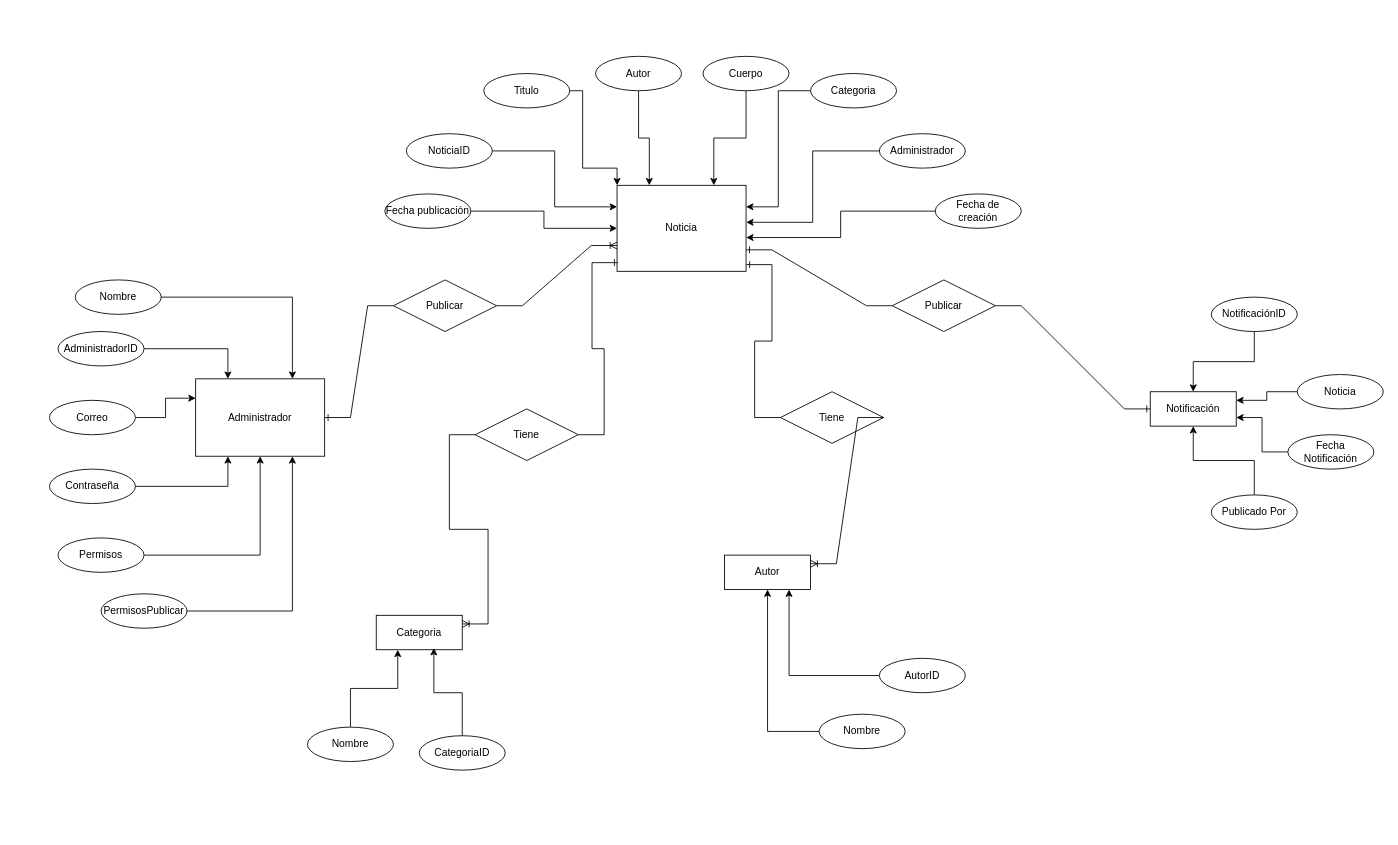
NotDiscordia/Wyoming-GestorNotificaciones keeps this draw.io diagram as Diagrama relaciones entidad.drawio. Above is the earlier version. Source tidied: cells renumbered, new cells numbered last; positions are measured from the earlier drawing's top-left corner, leaving out a move shared by most shapes. Both pictures are drawn from the tidied source at 86%, with x=0, y=0 at pixel (49, 56).
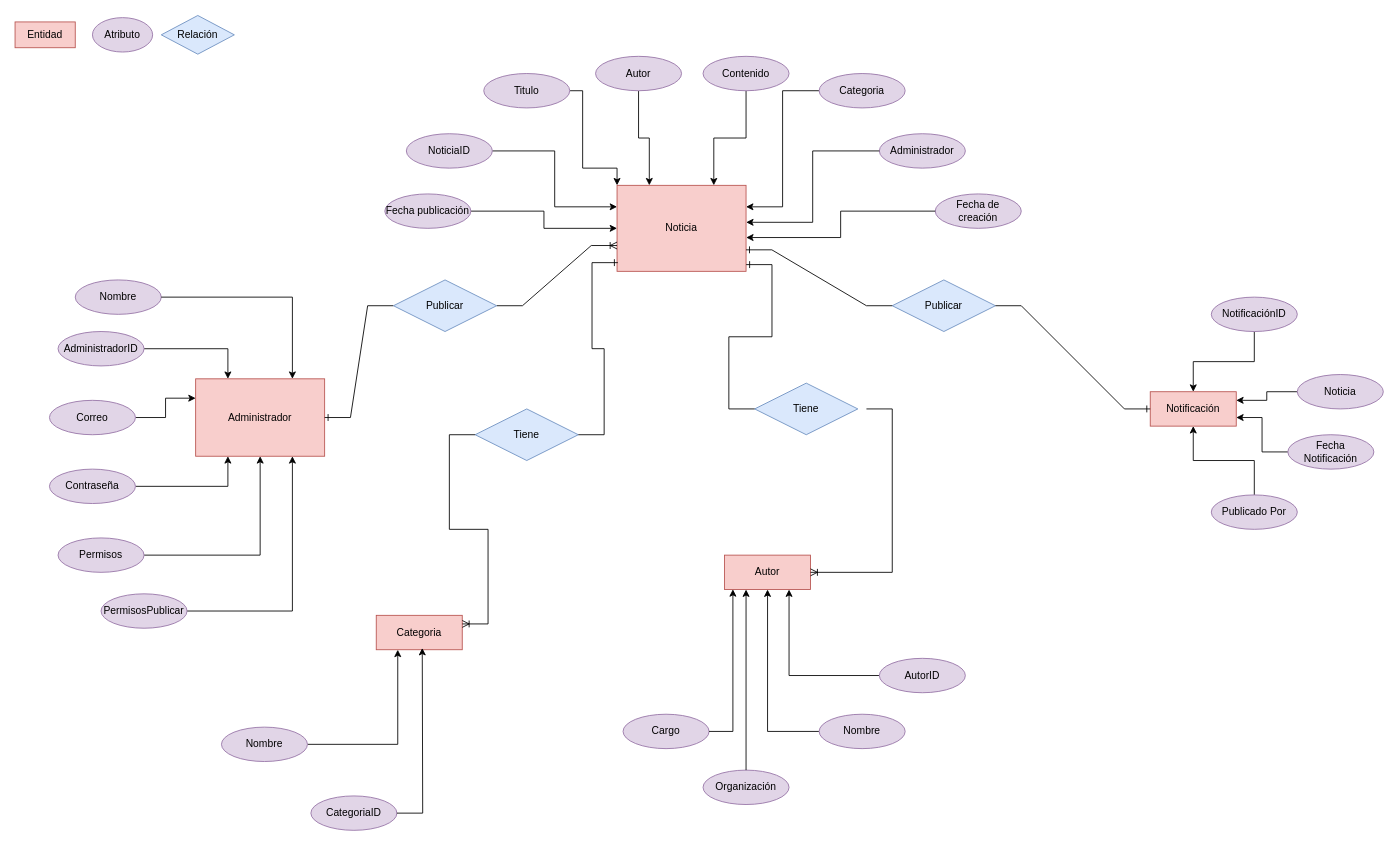
The same page after the edit.

Commit message:
Actualización Diagrama Entidad Relacion

GRAHHH

What changed in the source:
```diff
@@
-    <mxCell id="2" value="Noticia" style="whiteSpace=wrap;html=1;align=center;" parent="1" vertex="1">
+    <mxCell id="2" value="Noticia" style="whiteSpace=wrap;html=1;align=center;fillColor=#f8cecc;strokeColor=#b85450;" parent="1" vertex="1">
       <mxGeometry x="660" y="150" width="150" height="100" as="geometry" />
     </mxCell>
-    <mxCell id="3" value="Administrador" style="whiteSpace=wrap;html=1;align=center;" parent="1" vertex="1">
+    <mxCell id="3" value="Administrador" style="whiteSpace=wrap;html=1;align=center;fillColor=#f8cecc;strokeColor=#b85450;" parent="1" vertex="1">
       <mxGeometry x="170" y="375" width="150" height="90" as="geometry" />
     </mxCell>
-    <mxCell id="4" value="Autor" style="whiteSpace=wrap;html=1;align=center;" parent="1" vertex="1">
+    <mxCell id="4" value="Autor" style="whiteSpace=wrap;html=1;align=center;fillColor=#f8cecc;strokeColor=#b85450;" parent="1" vertex="1">
       <mxGeometry x="785" y="580" width="100" height="40" as="geometry" />
     </mxCell>
-    <mxCell id="5" value="Categoria" style="whiteSpace=wrap;html=1;align=center;" parent="1" vertex="1">
+    <mxCell id="5" value="Categoria" style="whiteSpace=wrap;html=1;align=center;fillColor=#f8cecc;strokeColor=#b85450;" parent="1" vertex="1">
       <mxGeometry x="380" y="650" width="100" height="40" as="geometry" />
     </mxCell>
-    <mxCell id="6" value="Notificación" style="whiteSpace=wrap;html=1;align=center;" parent="1" vertex="1">
+    <mxCell id="6" value="Notificación" style="whiteSpace=wrap;html=1;align=center;fillColor=#f8cecc;strokeColor=#b85450;" parent="1" vertex="1">
       <mxGeometry x="1280" y="390" width="100" height="40" as="geometry" />
     </mxCell>
-    <mxCell id="7" value="Nombre" style="ellipse;whiteSpace=wrap;html=1;align=center;" parent="1" vertex="1">
+    <mxCell id="7" value="Nombre" style="ellipse;whiteSpace=wrap;html=1;align=center;fillColor=#e1d5e7;strokeColor=#9673a6;" parent="1" vertex="1">
       <mxGeometry x="30" y="260" width="100" height="40" as="geometry" />
     </mxCell>
@@
-    <mxCell id="9" value="AdministradorID" style="ellipse;whiteSpace=wrap;html=1;align=center;" parent="1" vertex="1">
+    <mxCell id="9" value="AdministradorID" style="ellipse;whiteSpace=wrap;html=1;align=center;fillColor=#e1d5e7;strokeColor=#9673a6;" parent="1" vertex="1">
       <mxGeometry x="10" y="320" width="100" height="40" as="geometry" />
     </mxCell>
@@
-    <mxCell id="11" value="Contraseña" style="ellipse;whiteSpace=wrap;html=1;align=center;" parent="1" vertex="1">
+    <mxCell id="11" value="Contraseña" style="ellipse;whiteSpace=wrap;html=1;align=center;fillColor=#e1d5e7;strokeColor=#9673a6;" parent="1" vertex="1">
       <mxGeometry y="480" width="100" height="40" as="geometry" />
     </mxCell>
@@
-    <mxCell id="13" value="Correo" style="ellipse;whiteSpace=wrap;html=1;align=center;" parent="1" vertex="1">
+    <mxCell id="13" value="Correo" style="ellipse;whiteSpace=wrap;html=1;align=center;fillColor=#e1d5e7;strokeColor=#9673a6;" parent="1" vertex="1">
       <mxGeometry y="400" width="100" height="40" as="geometry" />
     </mxCell>
@@
-    <mxCell id="15" value="Permisos" style="ellipse;whiteSpace=wrap;html=1;align=center;" parent="1" vertex="1">
+    <mxCell id="15" value="Permisos" style="ellipse;whiteSpace=wrap;html=1;align=center;fillColor=#e1d5e7;strokeColor=#9673a6;" parent="1" vertex="1">
       <mxGeometry x="10" y="560" width="100" height="40" as="geometry" />
     </mxCell>
@@
-    <mxCell id="17" value="PermisosPublicar" style="ellipse;whiteSpace=wrap;html=1;align=center;" parent="1" vertex="1">
+    <mxCell id="17" value="PermisosPublicar" style="ellipse;whiteSpace=wrap;html=1;align=center;fillColor=#e1d5e7;strokeColor=#9673a6;" parent="1" vertex="1">
       <mxGeometry x="60" y="625" width="100" height="40" as="geometry" />
     </mxCell>
@@
-    <mxCell id="19" value="CategoriaID" style="ellipse;whiteSpace=wrap;html=1;align=center;" parent="1" vertex="1">
-      <mxGeometry x="430" y="790" width="100" height="40" as="geometry" />
+    <mxCell id="19" value="CategoriaID" style="ellipse;whiteSpace=wrap;html=1;align=center;fillColor=#e1d5e7;strokeColor=#9673a6;" parent="1" vertex="1">
+      <mxGeometry x="304" y="860" width="100" height="40" as="geometry" />
     </mxCell>
@@
-    <mxCell id="21" value="Nombre" style="ellipse;whiteSpace=wrap;html=1;align=center;" parent="1" vertex="1">
-      <mxGeometry x="300" y="780" width="100" height="40" as="geometry" />
+    <mxCell id="21" value="Nombre" style="ellipse;whiteSpace=wrap;html=1;align=center;fillColor=#e1d5e7;strokeColor=#9673a6;" parent="1" vertex="1">
+      <mxGeometry x="200" y="780" width="100" height="40" as="geometry" />
     </mxCell>
-    <mxCell id="22" style="edgeStyle=orthogonalEdgeStyle;rounded=0;jettySize=auto;html=1;entryX=0.67;entryY=0.95;entryDx=0;entryDy=0;entryPerimeter=0;" parent="1" edge="1" source="19" target="5">
-      <mxGeometry relative="1" as="geometry" />
+    <mxCell id="22" style="edgeStyle=orthogonalEdgeStyle;rounded=0;jettySize=auto;html=1;entryX=0.67;entryY=0.95;entryDx=0;entryDy=0;entryPerimeter=0;exitX=1;exitY=0.5;exitDx=0;exitDy=0;" parent="1" edge="1" source="19">
+      <mxGeometry relative="1" as="geometry">
+        <mxPoint x="433.5" y="688" as="targetPoint" />
+      </mxGeometry>
     </mxCell>
@@
-    <mxCell id="24" value="AutorID" style="ellipse;whiteSpace=wrap;html=1;align=center;" parent="1" vertex="1">
+    <mxCell id="24" value="AutorID" style="ellipse;whiteSpace=wrap;html=1;align=center;fillColor=#e1d5e7;strokeColor=#9673a6;" parent="1" vertex="1">
       <mxGeometry x="965" y="700" width="100" height="40" as="geometry" />
     </mxCell>
@@
-    <mxCell id="26" value="Nombre" style="ellipse;whiteSpace=wrap;html=1;align=center;" parent="1" vertex="1">
+    <mxCell id="26" value="Nombre" style="ellipse;whiteSpace=wrap;html=1;align=center;fillColor=#e1d5e7;strokeColor=#9673a6;" parent="1" vertex="1">
       <mxGeometry x="895" y="765" width="100" height="40" as="geometry" />
     </mxCell>
@@
-    <mxCell id="28" value="NoticiaID" style="ellipse;whiteSpace=wrap;html=1;align=center;" parent="1" vertex="1">
+    <mxCell id="28" value="NoticiaID" style="ellipse;whiteSpace=wrap;html=1;align=center;fillColor=#e1d5e7;strokeColor=#9673a6;" parent="1" vertex="1">
       <mxGeometry x="415" y="90" width="100" height="40" as="geometry" />
     </mxCell>
@@
-    <mxCell id="30" value="Titulo" style="ellipse;whiteSpace=wrap;html=1;align=center;" parent="1" vertex="1">
+    <mxCell id="30" value="Titulo" style="ellipse;whiteSpace=wrap;html=1;align=center;fillColor=#e1d5e7;strokeColor=#9673a6;" parent="1" vertex="1">
       <mxGeometry x="505" y="20" width="100" height="40" as="geometry" />
     </mxCell>
@@
-    <mxCell id="32" value="Autor" style="ellipse;whiteSpace=wrap;html=1;align=center;" parent="1" vertex="1">
+    <mxCell id="32" value="Autor" style="ellipse;whiteSpace=wrap;html=1;align=center;fillColor=#e1d5e7;strokeColor=#9673a6;" parent="1" vertex="1">
       <mxGeometry x="635" width="100" height="40" as="geometry" />
     </mxCell>
@@
-    <mxCell id="34" value="Cuerpo" style="ellipse;whiteSpace=wrap;html=1;align=center;" parent="1" vertex="1">
+    <mxCell id="34" value="Contenido" style="ellipse;whiteSpace=wrap;html=1;align=center;fillColor=#e1d5e7;strokeColor=#9673a6;" parent="1" vertex="1">
       <mxGeometry x="760" width="100" height="40" as="geometry" />
     </mxCell>
@@
-    <mxCell id="36" value="Categoria" style="ellipse;whiteSpace=wrap;html=1;align=center;" parent="1" vertex="1">
-      <mxGeometry x="885" y="20" width="100" height="40" as="geometry" />
+    <mxCell id="36" value="Categoria" style="ellipse;whiteSpace=wrap;html=1;align=center;fillColor=#e1d5e7;strokeColor=#9673a6;" parent="1" vertex="1">
+      <mxGeometry x="895" y="20" width="100" height="40" as="geometry" />
     </mxCell>
-    <mxCell id="37" value="Fecha de creación" style="ellipse;whiteSpace=wrap;html=1;align=center;" parent="1" vertex="1">
+    <mxCell id="37" value="Fecha de creación" style="ellipse;whiteSpace=wrap;html=1;align=center;fillColor=#e1d5e7;strokeColor=#9673a6;" parent="1" vertex="1">
       <mxGeometry x="1030" y="160" width="100" height="40" as="geometry" />
     </mxCell>
@@
-    <mxCell id="39" value="Fecha publicación" style="ellipse;whiteSpace=wrap;html=1;align=center;" parent="1" vertex="1">
+    <mxCell id="39" value="Fecha publicación" style="ellipse;whiteSpace=wrap;html=1;align=center;fillColor=#e1d5e7;strokeColor=#9673a6;" parent="1" vertex="1">
       <mxGeometry x="390" y="160" width="100" height="40" as="geometry" />
     </mxCell>
-    <mxCell id="40" value="Administrador" style="ellipse;whiteSpace=wrap;html=1;align=center;" parent="1" vertex="1">
+    <mxCell id="40" value="Administrador" style="ellipse;whiteSpace=wrap;html=1;align=center;fillColor=#e1d5e7;strokeColor=#9673a6;" parent="1" vertex="1">
       <mxGeometry x="965" y="90" width="100" height="40" as="geometry" />
     </mxCell>
@@
-    <mxCell id="44" value="NotificaciónID" style="ellipse;whiteSpace=wrap;html=1;align=center;" parent="1" vertex="1">
+    <mxCell id="44" value="NotificaciónID" style="ellipse;whiteSpace=wrap;html=1;align=center;fillColor=#e1d5e7;strokeColor=#9673a6;" parent="1" vertex="1">
       <mxGeometry x="1351" y="280" width="100" height="40" as="geometry" />
     </mxCell>
@@
-    <mxCell id="46" value="Noticia" style="ellipse;whiteSpace=wrap;html=1;align=center;" parent="1" vertex="1">
+    <mxCell id="46" value="Noticia" style="ellipse;whiteSpace=wrap;html=1;align=center;fillColor=#e1d5e7;strokeColor=#9673a6;" parent="1" vertex="1">
       <mxGeometry x="1451" y="370" width="100" height="40" as="geometry" />
     </mxCell>
@@
-    <mxCell id="48" value="Fecha Notificación" style="ellipse;whiteSpace=wrap;html=1;align=center;" parent="1" vertex="1">
+    <mxCell id="48" value="Fecha Notificación" style="ellipse;whiteSpace=wrap;html=1;align=center;fillColor=#e1d5e7;strokeColor=#9673a6;" parent="1" vertex="1">
       <mxGeometry x="1440" y="440" width="100" height="40" as="geometry" />
     </mxCell>
@@
-    <mxCell id="50" value="Publicado Por" style="ellipse;whiteSpace=wrap;html=1;align=center;" parent="1" vertex="1">
+    <mxCell id="50" value="Publicado Por" style="ellipse;whiteSpace=wrap;html=1;align=center;fillColor=#e1d5e7;strokeColor=#9673a6;" parent="1" vertex="1">
       <mxGeometry x="1351" y="510" width="100" height="40" as="geometry" />
     </mxCell>
@@
-    <mxCell id="53" value="Publicar" style="shape=rhombus;perimeter=rhombusPerimeter;whiteSpace=wrap;html=1;align=center;" parent="1" vertex="1">
+    <mxCell id="53" value="Publicar" style="shape=rhombus;perimeter=rhombusPerimeter;whiteSpace=wrap;html=1;align=center;fillColor=#dae8fc;strokeColor=#6c8ebf;" parent="1" vertex="1">
       <mxGeometry x="400" y="260" width="120" height="60" as="geometry" />
     </mxCell>
-    <mxCell id="54" value="Tiene" style="shape=rhombus;perimeter=rhombusPerimeter;whiteSpace=wrap;html=1;align=center;" parent="1" vertex="1">
+    <mxCell id="54" value="Tiene" style="shape=rhombus;perimeter=rhombusPerimeter;whiteSpace=wrap;html=1;align=center;fillColor=#dae8fc;strokeColor=#6c8ebf;" parent="1" vertex="1">
       <mxGeometry x="495" y="410" width="120" height="60" as="geometry" />
     </mxCell>
@@
-    <mxCell id="57" value="Tiene" style="shape=rhombus;perimeter=rhombusPerimeter;whiteSpace=wrap;html=1;align=center;" parent="1" vertex="1">
-      <mxGeometry x="850" y="390" width="120" height="60" as="geometry" />
+    <mxCell id="57" value="Tiene" style="shape=rhombus;perimeter=rhombusPerimeter;whiteSpace=wrap;html=1;align=center;fillColor=#dae8fc;strokeColor=#6c8ebf;" parent="1" vertex="1">
+      <mxGeometry x="820" y="380" width="120" height="60" as="geometry" />
     </mxCell>
@@
-    <mxCell id="59" value="Publicar" style="shape=rhombus;perimeter=rhombusPerimeter;whiteSpace=wrap;html=1;align=center;" parent="1" vertex="1">
+    <mxCell id="59" value="Publicar" style="shape=rhombus;perimeter=rhombusPerimeter;whiteSpace=wrap;html=1;align=center;fillColor=#dae8fc;strokeColor=#6c8ebf;" parent="1" vertex="1">
       <mxGeometry x="980" y="260" width="120" height="60" as="geometry" />
     </mxCell>
@@
-    <mxCell id="62" style="edgeStyle=entityRelationEdgeStyle;fontSize=12;html=1;endArrow=ERoneToMany;rounded=0;entryX=1;entryY=0.25;entryDx=0;entryDy=0;exitX=1;exitY=0.5;exitDx=0;exitDy=0;" parent="1" edge="1" source="57" target="4">
+    <mxCell id="62" style="edgeStyle=entityRelationEdgeStyle;fontSize=12;html=1;endArrow=ERoneToMany;rounded=0;entryX=1;entryY=0.5;entryDx=0;entryDy=0;" parent="1" edge="1" target="4">
       <mxGeometry relative="1" as="geometry">
+        <mxPoint x="950" y="410" as="sourcePoint" />
         <Array as="points">
-          <mxPoint x="1000" y="540" />
-          <mxPoint x="750" y="530" />
+          <mxPoint x="960" y="390" />
+          <mxPoint x="995" y="300" />
+          <mxPoint x="1075" y="540" />
+          <mxPoint x="1115" y="490" />
+          <mxPoint x="1055" y="500" />
+          <mxPoint x="1085" y="550" />
+          <mxPoint x="1025" y="510" />
+          <mxPoint x="1005" y="370" />
+          <mxPoint x="995" y="360" />
+          <mxPoint x="995" y="380" />
+          <mxPoint x="995" y="380" />
+          <mxPoint x="1005" y="400" />
+          <mxPoint x="755" y="390" />
         </Array>
       </mxGeometry>
     </mxCell>
+    <mxCell id="63" value="Entidad" style="whiteSpace=wrap;html=1;fillColor=#f8cecc;strokeColor=#b85450;" parent="1" vertex="1">
+      <mxGeometry x="-40" y="-40" width="70" height="30" as="geometry" />
+    </mxCell>
+    <mxCell id="64" value="Atributo" style="ellipse;whiteSpace=wrap;html=1;align=center;fillColor=#e1d5e7;strokeColor=#9673a6;" parent="1" vertex="1">
+      <mxGeometry x="50" y="-45" width="70" height="40" as="geometry" />
+    </mxCell>
+    <mxCell id="65" value="Relación" style="shape=rhombus;perimeter=rhombusPerimeter;whiteSpace=wrap;html=1;align=center;fillColor=#dae8fc;strokeColor=#6c8ebf;" parent="1" vertex="1">
+      <mxGeometry x="130" y="-47.5" width="85" height="45" as="geometry" />
+    </mxCell>
+    <mxCell id="66" value="Organización" style="ellipse;whiteSpace=wrap;html=1;align=center;fillColor=#e1d5e7;strokeColor=#9673a6;" parent="1" vertex="1">
+      <mxGeometry x="760" y="830" width="100" height="40" as="geometry" />
+    </mxCell>
+    <mxCell id="67" style="edgeStyle=orthogonalEdgeStyle;rounded=0;jettySize=auto;html=1;entryX=0.25;entryY=1;entryDx=0;entryDy=0;" parent="1" edge="1" source="66" target="4">
+      <mxGeometry relative="1" as="geometry" />
+    </mxCell>
+    <mxCell id="68" value="Cargo" style="ellipse;whiteSpace=wrap;html=1;align=center;fillColor=#e1d5e7;strokeColor=#9673a6;" parent="1" vertex="1">
+      <mxGeometry x="667" y="765" width="100" height="40" as="geometry" />
+    </mxCell>
+    <mxCell id="69" style="edgeStyle=orthogonalEdgeStyle;rounded=0;jettySize=auto;html=1;entryX=0.097;entryY=0.994;entryDx=0;entryDy=0;entryPerimeter=0;" parent="1" edge="1" source="68" target="4">
+      <mxGeometry relative="1" as="geometry" />
+    </mxCell>
```
